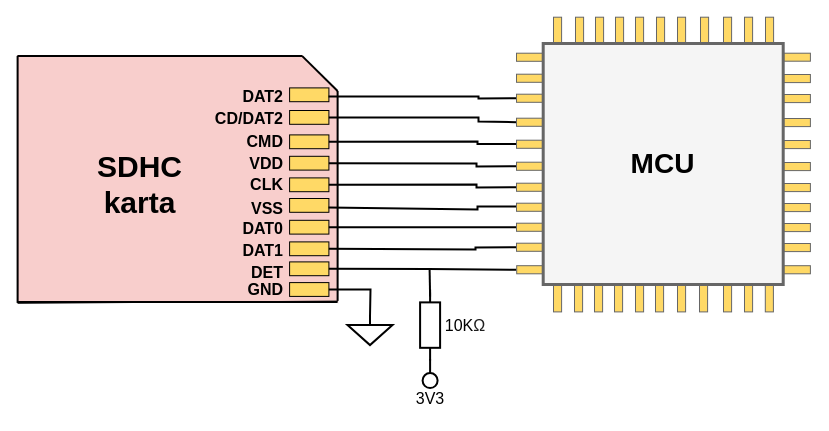
Earlier version of the draw.io diagram diagrams/forward_write/forward_write.drawio (Doly02/thesis). Source tidied: cells renumbered, new cells numbered last; positions are measured from the earlier drawing's top-left corner, leaving out a move shared by most shapes. Both pictures are drawn from the tidied source at 100%, with x=0, y=0 at pixel (17, -80).
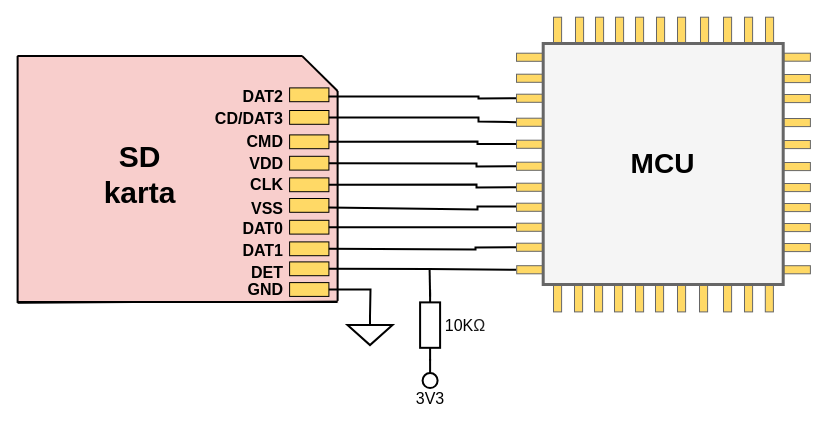
Above is the later version.

Commit message (it also covers changes not shown here):
[TECH_REPORT] Updates System Architecture Diagram, Forward Write Diagram and Appendices.

The edit, as a diff of the source:
```diff
@@
-    <mxCell id="27" value="&lt;font style=&quot;font-size: 30px;&quot;&gt;&lt;b style=&quot;&quot;&gt;SDHC&lt;/b&gt;&lt;/font&gt;&lt;div&gt;&lt;font style=&quot;font-size: 30px;&quot;&gt;&lt;b style=&quot;&quot;&gt;karta&lt;/b&gt;&lt;/font&gt;&lt;/div&gt;" style="text;html=1;align=center;verticalAlign=middle;whiteSpace=wrap;rounded=0;" parent="1" vertex="1">
-      <mxGeometry x="19.6" y="208.1" width="205" height="112.6" as="geometry" />
+    <mxCell id="27" value="&lt;font style=&quot;font-size: 30px;&quot;&gt;&lt;b style=&quot;&quot;&gt;SD&lt;/b&gt;&lt;/font&gt;&lt;div&gt;&lt;font style=&quot;font-size: 30px;&quot;&gt;&lt;b style=&quot;&quot;&gt;karta&lt;/b&gt;&lt;/font&gt;&lt;/div&gt;" style="text;html=1;align=center;verticalAlign=middle;whiteSpace=wrap;rounded=0;" parent="1" vertex="1">
+      <mxGeometry x="19.6" y="198" width="205" height="112.6" as="geometry" />
     </mxCell>
@@
-    <mxCell id="29" value="&lt;b&gt;&lt;font style=&quot;font-size: 16px;&quot;&gt;CD/DAT2&lt;/font&gt;&lt;/b&gt;" style="text;html=1;align=right;verticalAlign=middle;whiteSpace=wrap;rounded=0;" parent="1" vertex="1">
+    <mxCell id="29" value="&lt;b&gt;&lt;font style=&quot;font-size: 16px;&quot;&gt;CD/DAT3&lt;/font&gt;&lt;/b&gt;" style="text;html=1;align=right;verticalAlign=middle;whiteSpace=wrap;rounded=0;" parent="1" vertex="1">
       <mxGeometry x="192.1" y="182" width="76" height="32.5" as="geometry" />
     </mxCell>
```
